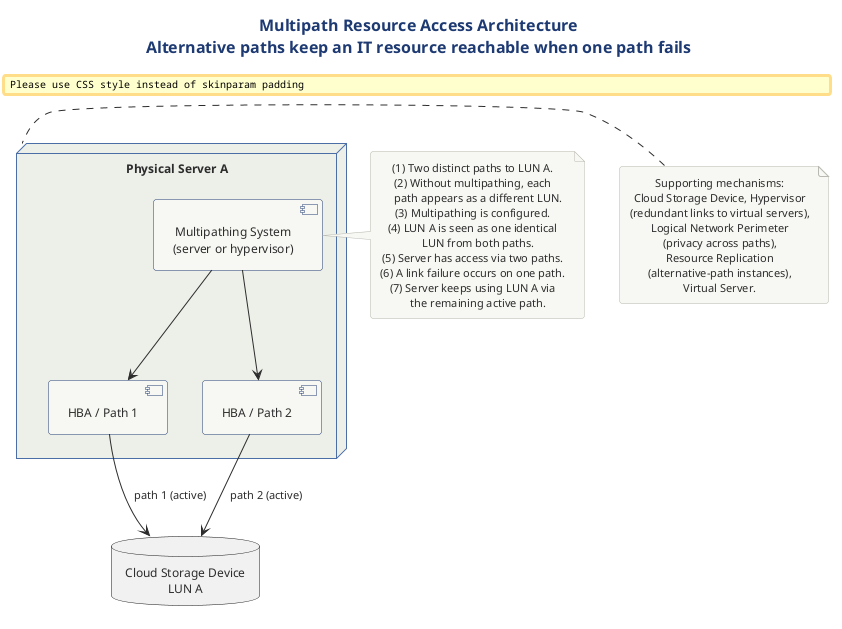
This is src/architecture/cloud/architecture/cloud-architecture-diagram-library/specialized-cloud-architectures-puml/png/08-multipath-resource-access.png from Notoriousjayy/latex-docs, a PlantUML export, as it was before one commit. Source of this version:
```plantuml
@startuml multipath_resource_access
!include ../../../../../../tooling/styles/plantuml/structural/deployment-diagram-style.iuml

title Multipath Resource Access Architecture\nAlternative paths keep an IT resource reachable when one path fails

node "Physical Server A" as ps {
  component "Multipathing System\n(server or hypervisor)" as mp
  component "HBA / Path 1" as p1
  component "HBA / Path 2" as p2
}

database "Cloud Storage Device\nLUN A" as lun

mp -down-> p1
mp -down-> p2

p1 -down-> lun : path 1 (active)
p2 -down-> lun : path 2 (active)

note right of mp
  (1) Two distinct paths to LUN A.
  (2) Without multipathing, each
      path appears as a different LUN.
  (3) Multipathing is configured.
  (4) LUN A is seen as one identical
      LUN from both paths.
  (5) Server has access via two paths.
  (6) A link failure occurs on one path.
  (7) Server keeps using LUN A via
      the remaining active path.
end note

note left of ps
  Supporting mechanisms:
  Cloud Storage Device, Hypervisor
  (redundant links to virtual servers),
  Logical Network Perimeter
  (privacy across paths),
  Resource Replication
  (alternative-path instances),
  Virtual Server.
end note

@enduml
```
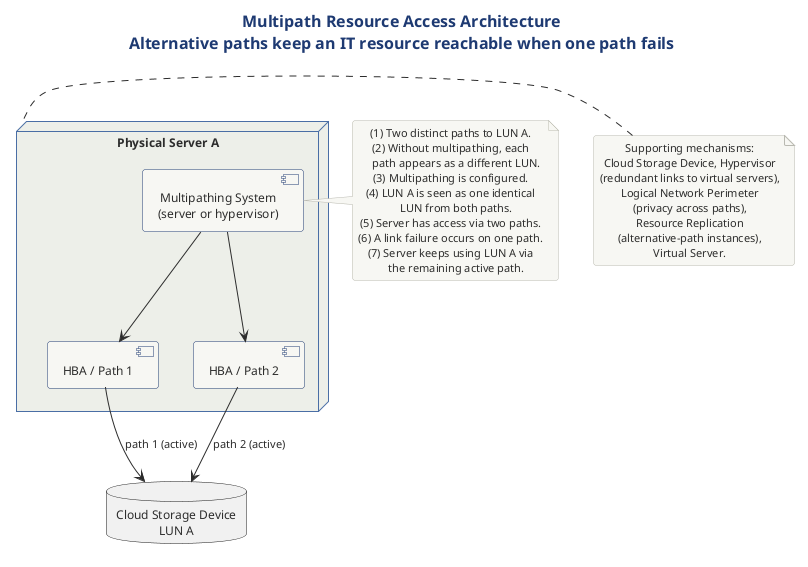
After the change.

Diff of the diagram source:
```diff
@@ -1,4 +1,4 @@
-@startuml multipath_resource_access
+@startuml
 !include ../../../../../../tooling/styles/plantuml/structural/deployment-diagram-style.iuml
 
 title Multipath Resource Access Architecture\nAlternative paths keep an IT resource reachable when one path fails
```
